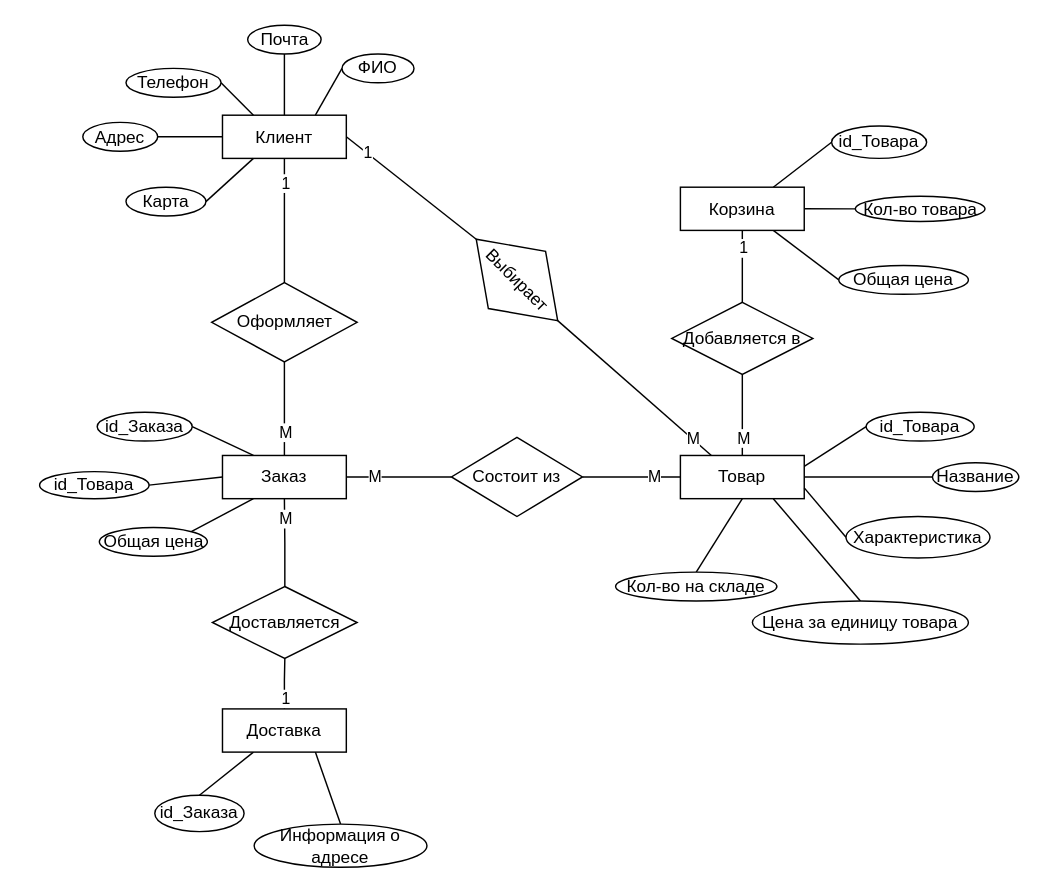
The draw.io diagram page "Концептуальная модель" (7 of 8) of Все диаграммы.drawio in AnnaOtchina/AnnaKyrsach, before the edit. Source tidied: cells renumbered, new cells numbered last; positions are measured from the earlier drawing's top-left corner, leaving out a move shared by most shapes. Both pictures are drawn from the tidied source at 144%, with x=0, y=0 at pixel (39, 24).
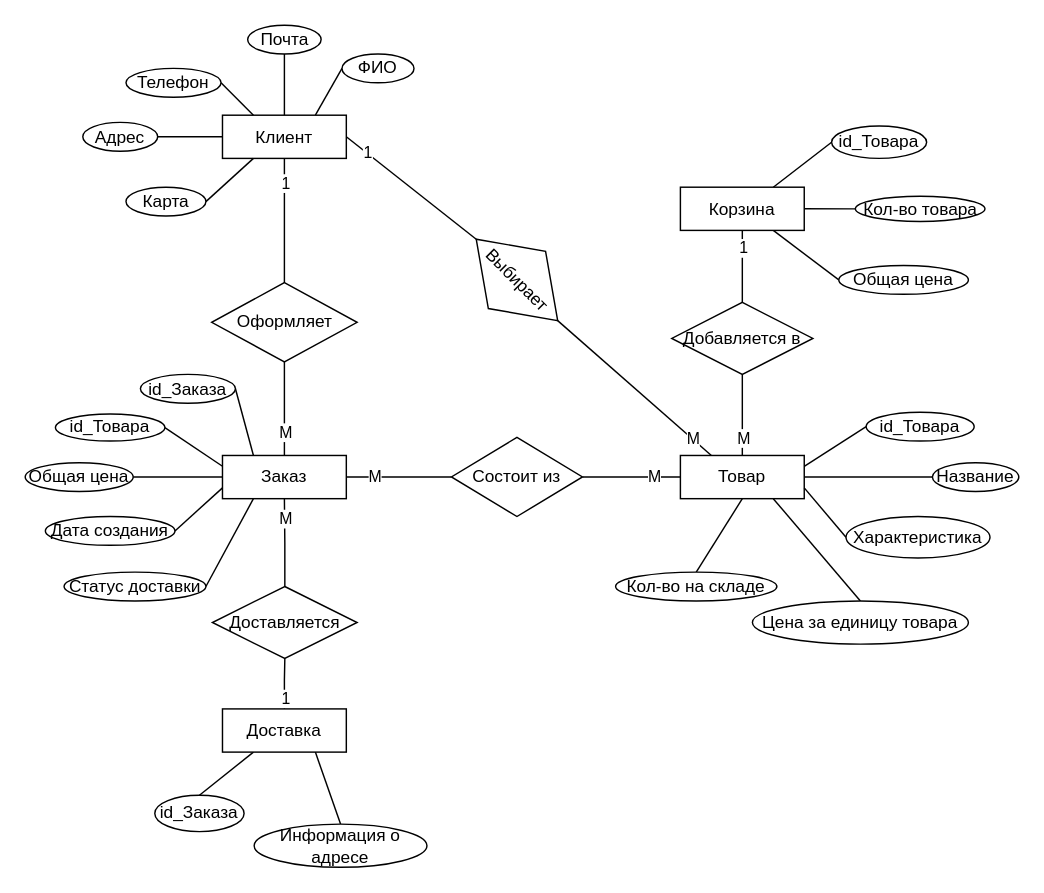
Above is the later version.

Unchanged cells that the change refers to:
```xml
<mxCell id="11" value="Заказ" style="rounded=0;whiteSpace=wrap;html=1;" parent="1" vertex="1">
  <mxGeometry x="127" y="298.8" width="86" height="30" as="geometry" />
</mxCell>
```

Diff of the diagram source:
```diff
@@
-    <mxCell id="9" style="rounded=0;jettySize=auto;html=1;exitX=0;exitY=0.5;exitDx=0;exitDy=0;entryX=1;entryY=0.5;entryDx=0;entryDy=0;endArrow=none;endFill=0;" parent="1" edge="1" source="11" target="63">
+    <mxCell id="9" style="rounded=0;jettySize=auto;html=1;exitX=0;exitY=0.25;exitDx=0;exitDy=0;entryX=1;entryY=0.5;entryDx=0;entryDy=0;endArrow=none;endFill=0;" parent="1" edge="1" source="11" target="63">
       <mxGeometry relative="1" as="geometry" />
     </mxCell>
-    <mxCell id="10" style="rounded=0;jettySize=auto;html=1;exitX=0.25;exitY=1;exitDx=0;exitDy=0;entryX=1;entryY=0;entryDx=0;entryDy=0;endArrow=none;endFill=0;" parent="1" edge="1" source="11" target="64">
+    <mxCell id="10" style="rounded=0;jettySize=auto;html=1;exitX=0;exitY=0.5;exitDx=0;exitDy=0;entryX=1;entryY=0.5;entryDx=0;entryDy=0;endArrow=none;endFill=0;" parent="1" edge="1" source="11" target="64">
       <mxGeometry relative="1" as="geometry" />
     </mxCell>
@@
     <mxCell id="47" value="id_Заказа" style="ellipse;whiteSpace=wrap;html=1;" parent="1" vertex="1">
-      <mxGeometry x="40" y="268.8" width="66" height="20" as="geometry" />
+      <mxGeometry x="70" y="242.5" width="66" height="20" as="geometry" />
     </mxCell>
@@
     <mxCell id="63" value="id_Товара" style="ellipse;whiteSpace=wrap;html=1;" parent="1" vertex="1">
-      <mxGeometry y="310" width="76" height="18.8" as="geometry" />
+      <mxGeometry x="11" y="270" width="76" height="18.8" as="geometry" />
     </mxCell>
     <mxCell id="64" value="Общая цена" style="ellipse;whiteSpace=wrap;html=1;" parent="1" vertex="1">
-      <mxGeometry x="41.5" y="348.8" width="75" height="20" as="geometry" />
+      <mxGeometry x="-10" y="303.8" width="75" height="20" as="geometry" />
     </mxCell>
@@
+    <mxCell id="68" style="rounded=0;jettySize=auto;html=1;exitX=1;exitY=0.5;exitDx=0;exitDy=0;entryX=0;entryY=0.75;entryDx=0;entryDy=0;endArrow=none;endFill=0;" parent="1" edge="1" source="69" target="11">
+      <mxGeometry relative="1" as="geometry" />
+    </mxCell>
+    <mxCell id="69" value="Дата создания" style="ellipse;whiteSpace=wrap;html=1;" parent="1" vertex="1">
+      <mxGeometry x="4" y="341.2" width="90" height="20" as="geometry" />
+    </mxCell>
+    <mxCell id="70" style="rounded=0;jettySize=auto;html=1;exitX=1;exitY=0.5;exitDx=0;exitDy=0;entryX=0.25;entryY=1;entryDx=0;entryDy=0;endArrow=none;endFill=0;" parent="1" edge="1" source="71" target="11">
+      <mxGeometry relative="1" as="geometry" />
+    </mxCell>
+    <mxCell id="71" value="Статус доставки" style="ellipse;whiteSpace=wrap;html=1;" parent="1" vertex="1">
+      <mxGeometry x="17" y="379.8" width="98.5" height="20" as="geometry" />
+    </mxCell>
```
